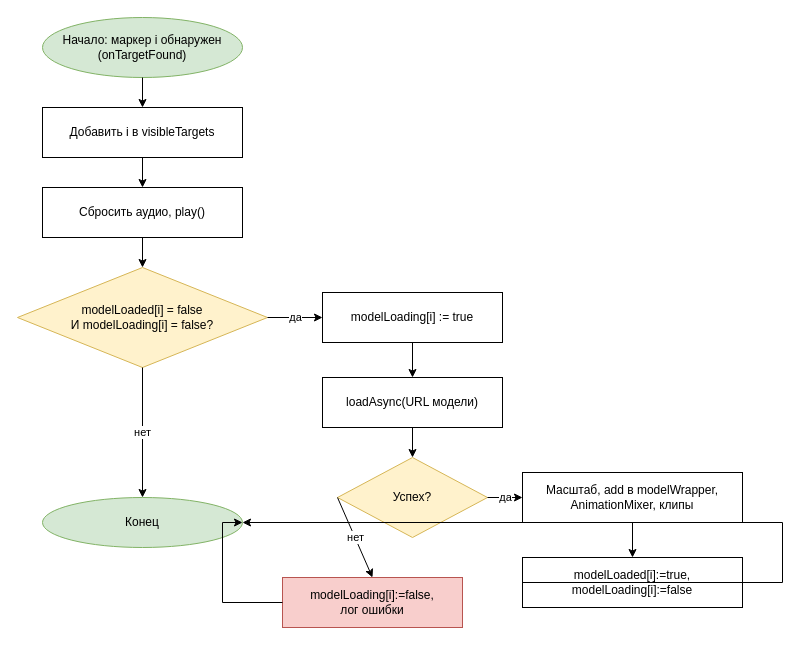
The draw.io diagram page "3 — Блок-схема (ленивая загрузка GLB)" (3 of 5) of docs/ARBook-lab-diagrams.drawio in ARBook-s/ARBook-frontend, before the edit. Source tidied: cells renumbered, new cells numbered last; positions are measured from the earlier drawing's top-left corner, leaving out a move shared by most shapes. Both pictures are drawn from the tidied source at 100%, with x=0, y=0 at pixel (17, 17).
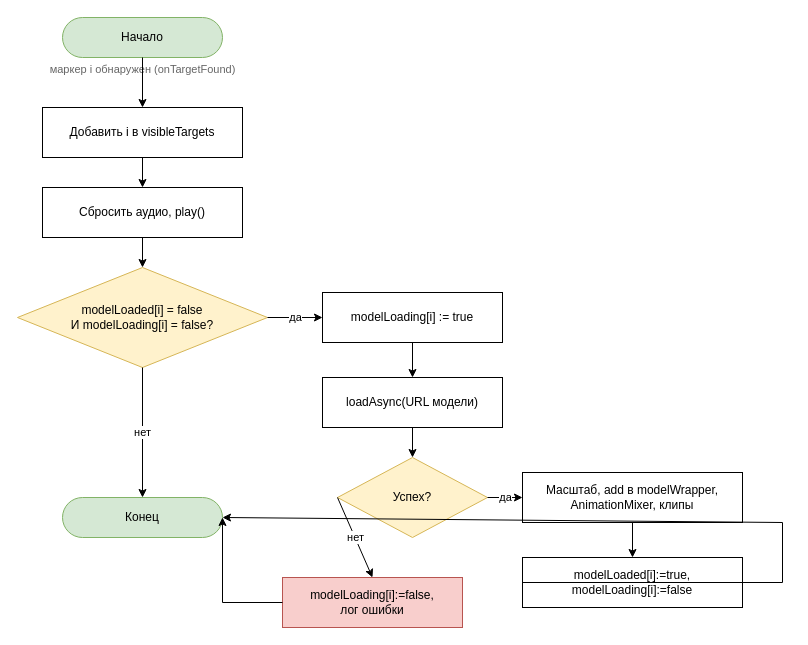
The same diagram, later.

Diff of the diagram source:
```diff
@@
-    <mxCell id="2" value="Начало: маркер i обнаружен&#10;(onTargetFound)" style="ellipse;whiteSpace=wrap;html=1;fillColor=#d5e8d4;strokeColor=#82b366;" parent="1" vertex="1">
-      <mxGeometry x="25" width="200" height="60" as="geometry" />
+    <mxCell id="2" value="Начало" style="rounded=1;whiteSpace=wrap;html=1;arcSize=50;fillColor=#d5e8d4;strokeColor=#82b366;" parent="1" vertex="1">
+      <mxGeometry x="45" width="160" height="40" as="geometry" />
     </mxCell>
+    <mxCell id="25" value="маркер i обнаружен (onTargetFound)" style="text;html=1;strokeColor=none;fillColor=none;align=center;verticalAlign=middle;fontSize=11;fontColor=#666666;" parent="1" vertex="1">
+      <mxGeometry x="5" y="42" width="240" height="20" as="geometry" />
+    </mxCell>
@@
-    <mxCell id="12" value="Конец" style="ellipse;whiteSpace=wrap;html=1;fillColor=#d5e8d4;strokeColor=#82b366;" parent="1" vertex="1">
-      <mxGeometry x="25" y="480" width="200" height="50" as="geometry" />
+    <mxCell id="12" value="Конец" style="rounded=1;whiteSpace=wrap;html=1;arcSize=50;fillColor=#d5e8d4;strokeColor=#82b366;" parent="1" vertex="1">
+      <mxGeometry x="45" y="480" width="160" height="40" as="geometry" />
     </mxCell>
```
